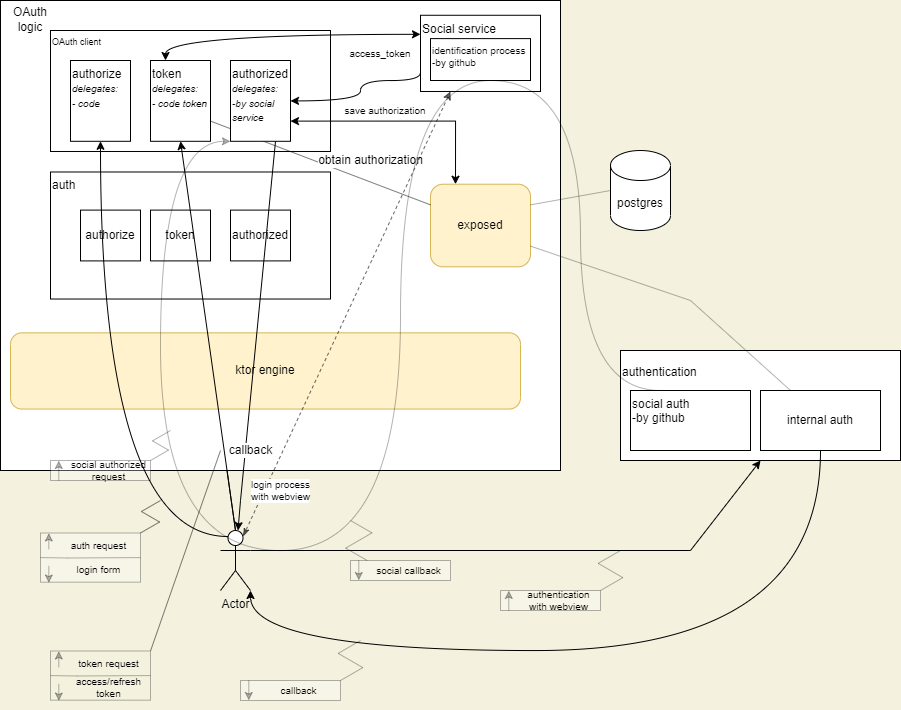
Above: id/resources/raw_scheme.png in KYamshanov/Mission-backend (draw.io), before the change. Source tidied: cells renumbered, new cells last; positions are measured from the earlier drawing's top-left corner, leaving out a move shared by most shapes.
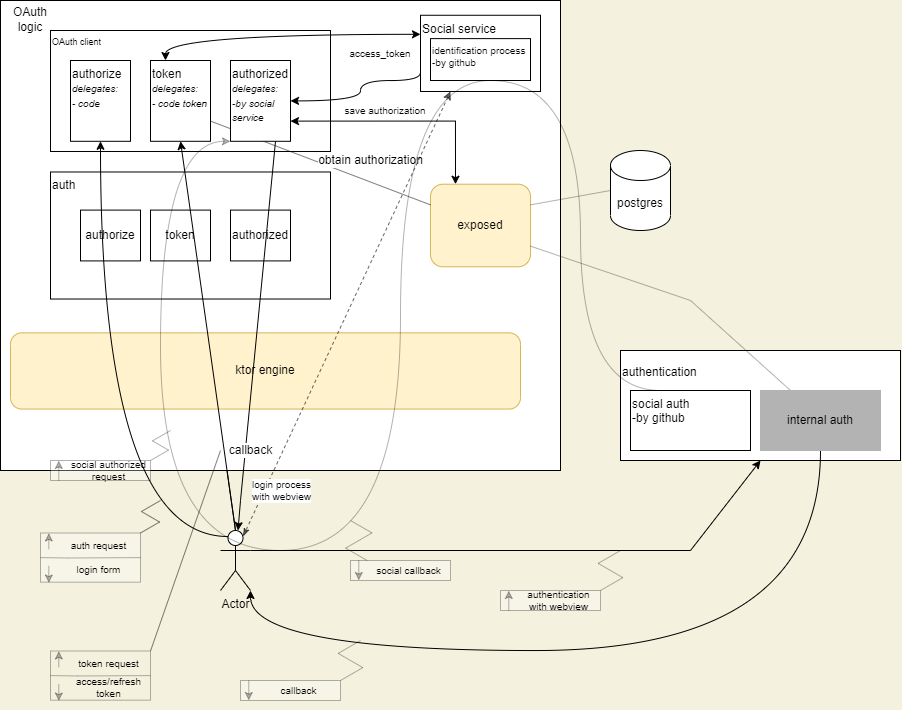
The same file after the commit.

Commit message:
[Up-To-Date] prototyping code structures

What changed in the source:
```diff
@@ -181,7 +181,7 @@
         </Array>
       </mxGeometry>
     </mxCell>
-    <mxCell id="49" value="internal auth" style="rounded=0;whiteSpace=wrap;html=1;shadow=0;glass=0;strokeColor=default;fontSize=12;fillColor=default;" parent="1" vertex="1">
+    <mxCell id="49" value="internal auth" style="rounded=0;whiteSpace=wrap;html=1;shadow=0;glass=0;strokeColor=#B3B3B3;fontSize=12;fillColor=#B3B3B3;" parent="1" vertex="1">
       <mxGeometry x="760" y="390" width="120" height="60" as="geometry" />
     </mxCell>
     <mxCell id="50" style="edgeStyle=none;rounded=0;sketch=0;jumpStyle=none;jettySize=auto;html=1;exitX=1;exitY=0.25;exitDx=0;exitDy=0;entryX=0;entryY=0.5;entryDx=0;entryDy=0;entryPerimeter=0;shadow=0;fontSize=12;startArrow=none;startFill=0;endArrow=none;endFill=0;opacity=30;" parent="1" edge="1" source="9" target="2">
```
